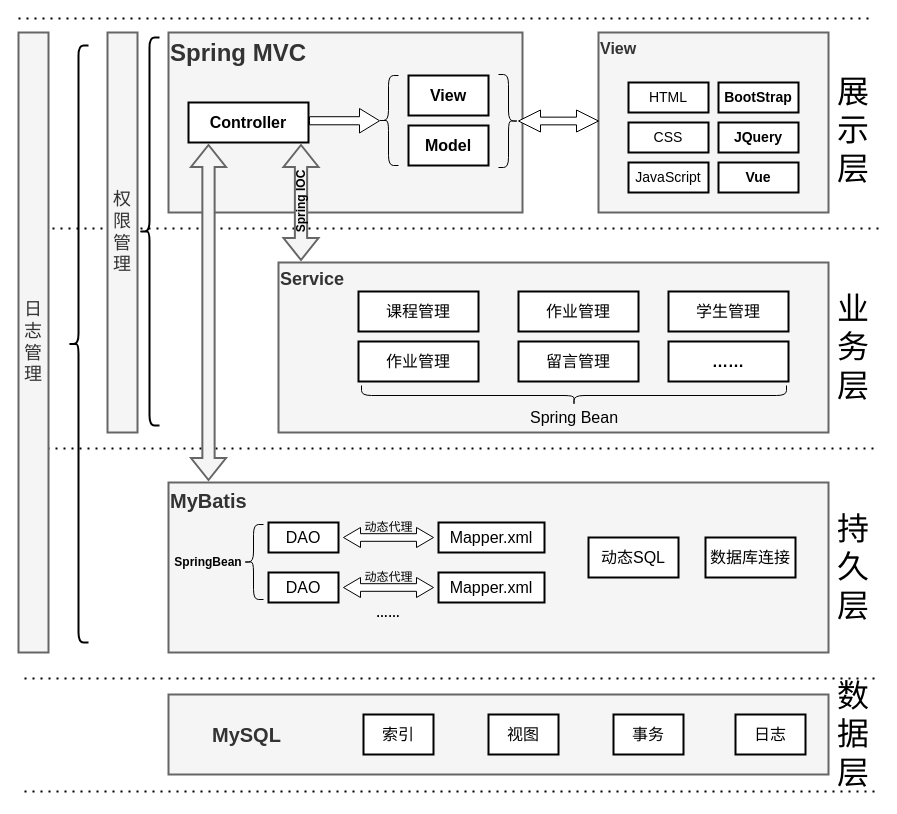
Above: imgs/系统总架构图.drawio in jaclkliao/imgs (draw.io), before the change. Source tidied: cells renumbered, new cells numbered last; positions are measured from the earlier drawing's top-left corner, leaving out a move shared by most shapes. Both pictures are drawn from the tidied source at 100%, with x=0, y=0 at pixel (18, 18).
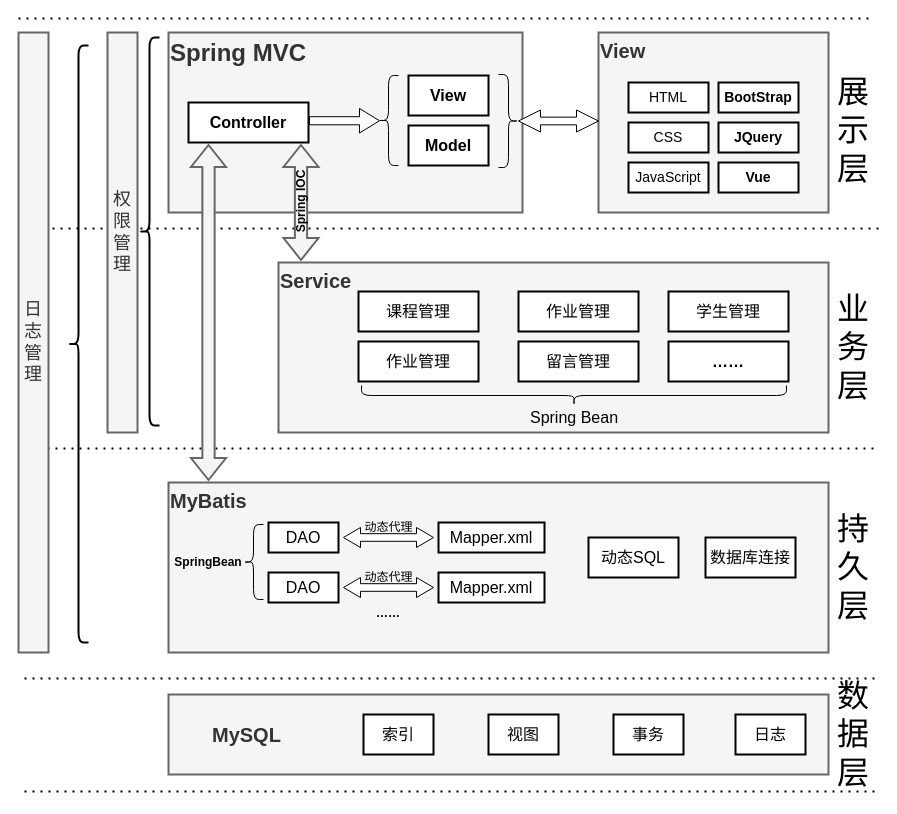
The same diagram, later.

Commit message (it also covers changes not shown here):
更新系统总架构图.drawio

Change to the diagram source:
```diff
@@
-    <mxCell id="6" value="View" style="rounded=0;whiteSpace=wrap;html=1;fontSize=16;fillColor=#f5f5f5;fontColor=#333333;strokeColor=#666666;verticalAlign=top;align=left;fontStyle=1;strokeWidth=2;" parent="1" vertex="1">
+    <mxCell id="6" value="View" style="rounded=0;whiteSpace=wrap;html=1;fontSize=20;fillColor=#f5f5f5;fontColor=#333333;strokeColor=#666666;verticalAlign=top;align=left;fontStyle=1;strokeWidth=2;" parent="1" vertex="1">
       <mxGeometry x="580" y="14" width="230" height="180" as="geometry" />
     </mxCell>
@@
-    <mxCell id="24" value="Service" style="rounded=0;whiteSpace=wrap;html=1;fontSize=18;strokeWidth=2;fillColor=#f5f5f5;fontColor=#333333;strokeColor=#666666;fontStyle=1;verticalAlign=top;align=left;" parent="1" vertex="1">
+    <mxCell id="24" value="Service" style="rounded=0;whiteSpace=wrap;html=1;fontSize=20;strokeWidth=2;fillColor=#f5f5f5;fontColor=#333333;strokeColor=#666666;fontStyle=1;verticalAlign=top;align=left;" parent="1" vertex="1">
       <mxGeometry x="260" y="244" width="550" height="170" as="geometry" />
     </mxCell>
```
